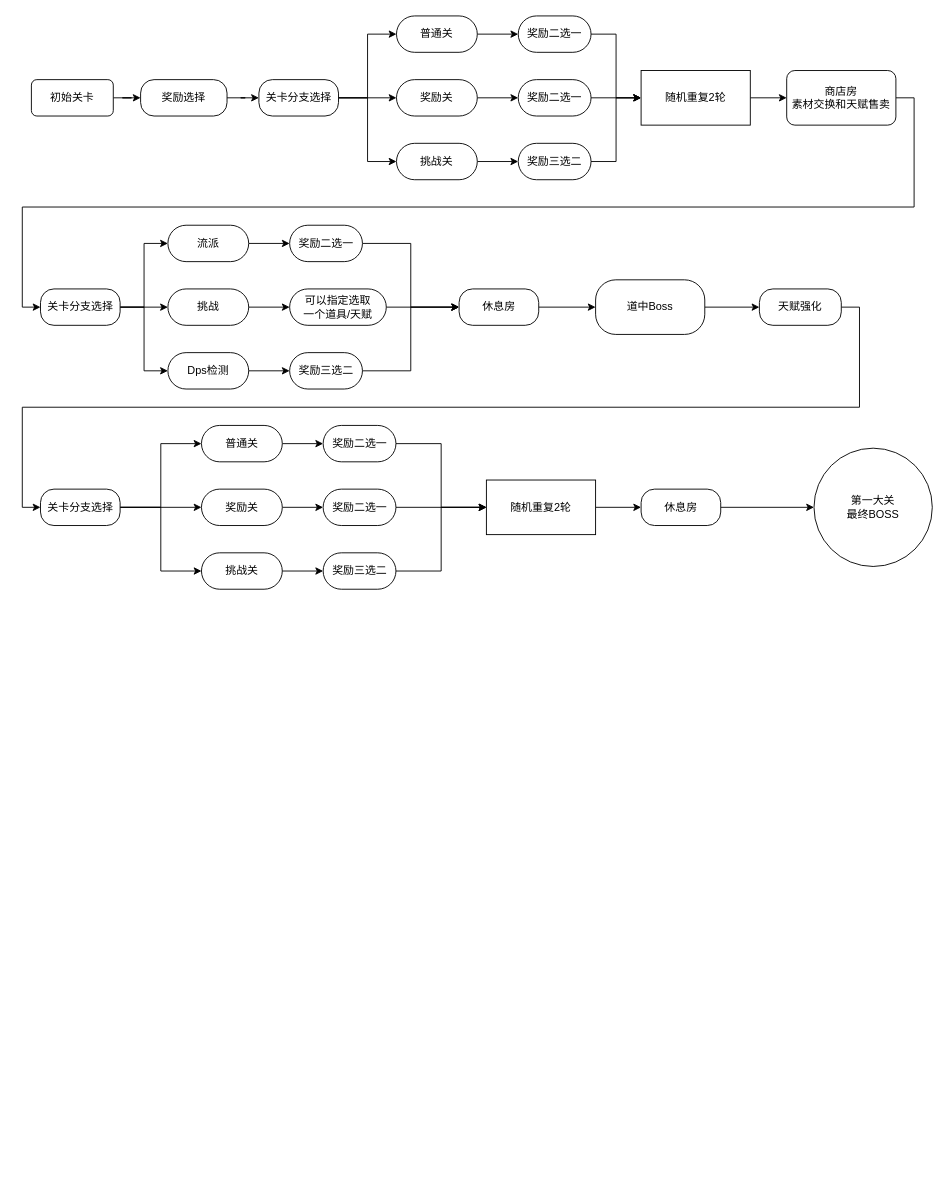
The draw.io diagram save/未命名绘图.drawio in silldov/MindPic, before the edit. Source tidied: cells renumbered, new cells numbered last; positions are measured from the earlier drawing's top-left corner, leaving out a move shared by most shapes. Both pictures are drawn from the tidied source at 91%, with x=0, y=0 at pixel (31, 15).
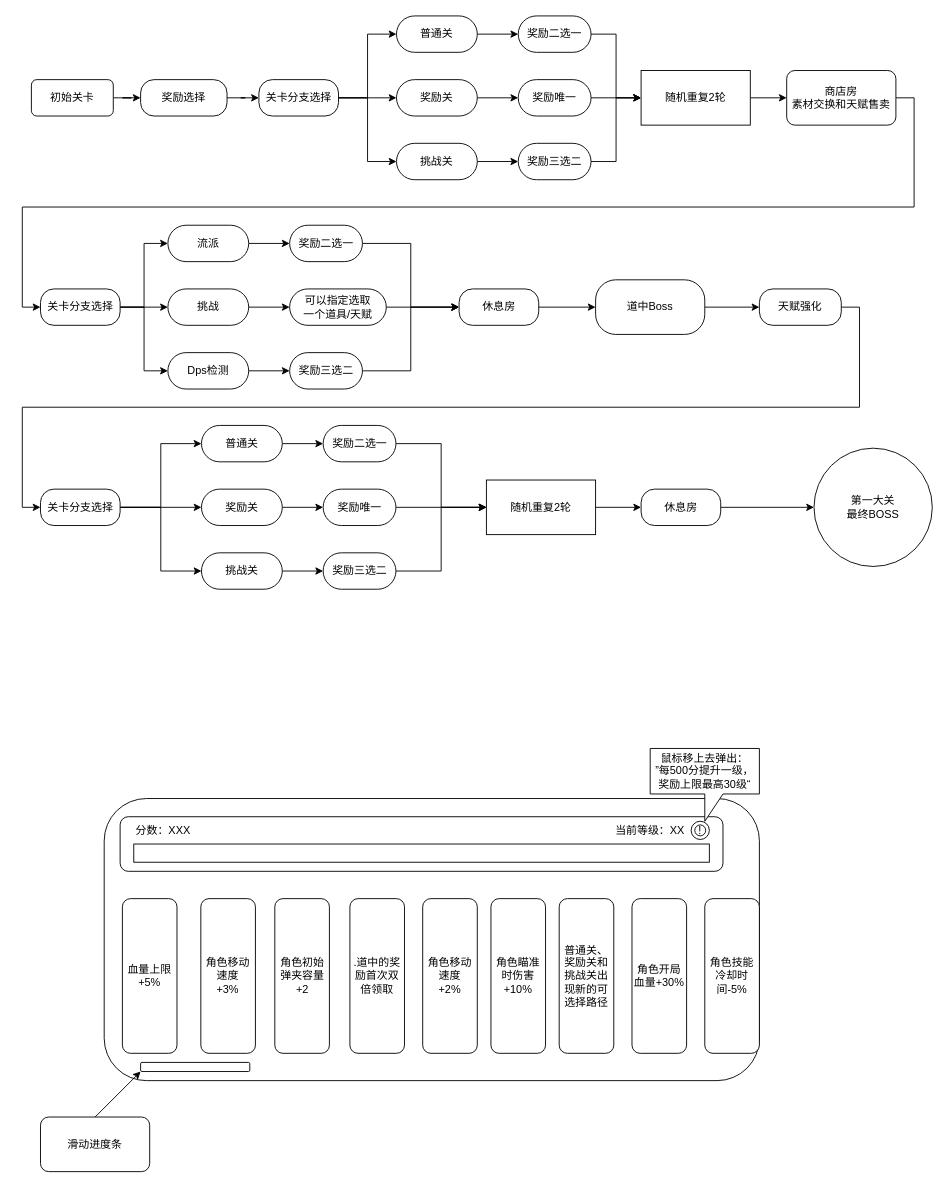
Above is the later version.

Commit message:
更新未命名绘图.drawio

Diff of the diagram source:
```diff
@@
+    <mxCell id="69" style="rounded=1;whiteSpace=wrap;html=1;" parent="1" vertex="1">
+      <mxGeometry x="80" y="860" width="720" height="310" as="geometry" />
+    </mxCell>
@@
-    <mxCell id="19" value="奖励二选一" style="rounded=1;whiteSpace=wrap;html=1;arcSize=50;" parent="1" vertex="1">
+    <mxCell id="19" value="奖励唯一" style="rounded=1;whiteSpace=wrap;html=1;arcSize=50;" parent="1" vertex="1">
       <mxGeometry x="535" y="70" width="80" height="40" as="geometry" />
     </mxCell>
@@
-    <mxCell id="59" value="奖励二选一" style="rounded=1;whiteSpace=wrap;html=1;arcSize=50;" parent="1" vertex="1">
+    <mxCell id="59" value="奖励唯一" style="rounded=1;whiteSpace=wrap;html=1;arcSize=50;" parent="1" vertex="1">
       <mxGeometry x="320.6" y="520" width="80" height="40" as="geometry" />
     </mxCell>
@@
+    <mxCell id="70" value="血量上限+5%" style="rounded=1;whiteSpace=wrap;html=1;" parent="1" vertex="1">
+      <mxGeometry x="100" y="970" width="60" height="170" as="geometry" />
+    </mxCell>
+    <mxCell id="71" value="角色移动速度&lt;div&gt;+3%&lt;/div&gt;" style="rounded=1;whiteSpace=wrap;html=1;" parent="1" vertex="1">
+      <mxGeometry x="186.2" y="970" width="60" height="170" as="geometry" />
+    </mxCell>
+    <mxCell id="72" value="角色初始弹夹容量+2" style="rounded=1;whiteSpace=wrap;html=1;" parent="1" vertex="1">
+      <mxGeometry x="267.5" y="970" width="60" height="170" as="geometry" />
+    </mxCell>
+    <mxCell id="73" value="&lt;div&gt;&lt;div class=&quot;old-record-id-T4IKdqkpSoU7dExdIfTccxqnnae&quot;&gt;.道中的奖励首次双倍领取&lt;/div&gt;&lt;/div&gt;&lt;span data-lark-record-data=&quot;{&amp;quot;rootId&amp;quot;:&amp;quot;R7V1dz7Pko43m4xr3m0carOxnIf&amp;quot;,&amp;quot;text&amp;quot;:{&amp;quot;initialAttributedTexts&amp;quot;:{&amp;quot;text&amp;quot;:{&amp;quot;0&amp;quot;:&amp;quot;.道中的奖励首次双倍领取&amp;quot;},&amp;quot;attribs&amp;quot;:{&amp;quot;0&amp;quot;:&amp;quot;*0+c&amp;quot;}},&amp;quot;apool&amp;quot;:{&amp;quot;numToAttrib&amp;quot;:{&amp;quot;0&amp;quot;:[&amp;quot;author&amp;quot;,&amp;quot;7568461829773623299&amp;quot;]},&amp;quot;nextNum&amp;quot;:1}},&amp;quot;type&amp;quot;:&amp;quot;text&amp;quot;,&amp;quot;referenceRecordMap&amp;quot;:{},&amp;quot;extra&amp;quot;:{&amp;quot;channel&amp;quot;:&amp;quot;saas&amp;quot;,&amp;quot;isEqualBlockSelection&amp;quot;:false,&amp;quot;pasteRandomId&amp;quot;:&amp;quot;66143eb3-d4e4-49b1-91be-c679b382562a&amp;quot;,&amp;quot;mention_page_title&amp;quot;:{},&amp;quot;external_mention_url&amp;quot;:{}},&amp;quot;isKeepQuoteContainer&amp;quot;:false,&amp;quot;isFromCode&amp;quot;:false,&amp;quot;selection&amp;quot;:[{&amp;quot;id&amp;quot;:35,&amp;quot;type&amp;quot;:&amp;quot;text&amp;quot;,&amp;quot;selection&amp;quot;:{&amp;quot;start&amp;quot;:6,&amp;quot;end&amp;quot;:18},&amp;quot;recordId&amp;quot;:&amp;quot;T4IKdqkpSoU7dExdIfTccxqnnae&amp;quot;}],&amp;quot;payloadMap&amp;quot;:{},&amp;quot;isCut&amp;quot;:false}&quot; class=&quot;lark-record-clipboard&quot;&gt;&lt;/span&gt;" style="rounded=1;whiteSpace=wrap;html=1;" parent="1" vertex="1">
+      <mxGeometry x="350" y="970" width="60" height="170" as="geometry" />
+    </mxCell>
+    <mxCell id="74" style="rounded=1;whiteSpace=wrap;html=1;" parent="1" vertex="1">
+      <mxGeometry x="97.5" y="880" width="662.5" height="60" as="geometry" />
+    </mxCell>
+    <mxCell id="75" style="rounded=0;whiteSpace=wrap;html=1;" parent="1" vertex="1">
+      <mxGeometry x="112.5" y="910" width="632.5" height="20" as="geometry" />
+    </mxCell>
+    <mxCell id="76" value="分数：XXX" style="text;html=1;whiteSpace=wrap;strokeColor=none;fillColor=none;align=left;verticalAlign=middle;rounded=0;" parent="1" vertex="1">
+      <mxGeometry x="112.5" y="880" width="370" height="30" as="geometry" />
+    </mxCell>
+    <mxCell id="77" value="!" style="ellipse;shape=doubleEllipse;whiteSpace=wrap;html=1;" parent="1" vertex="1">
+      <mxGeometry x="725" y="885" width="20" height="20" as="geometry" />
+    </mxCell>
+    <mxCell id="78" value="鼠标移上去弹出：&lt;div&gt;”&lt;span style=&quot;background-color: transparent; color: light-dark(rgb(0, 0, 0), rgb(255, 255, 255));&quot;&gt;每500分提升一级，奖励上限最高30级“&lt;/span&gt;&lt;/div&gt;" style="shape=callout;whiteSpace=wrap;html=1;perimeter=calloutPerimeter;" parent="1" vertex="1">
+      <mxGeometry x="680" y="805" width="120" height="80" as="geometry" />
+    </mxCell>
+    <mxCell id="79" value="当前等级：XX" style="text;html=1;whiteSpace=wrap;strokeColor=none;fillColor=none;align=center;verticalAlign=middle;rounded=0;" parent="1" vertex="1">
+      <mxGeometry x="640" y="880" width="80" height="30" as="geometry" />
+    </mxCell>
+    <mxCell id="80" value="&lt;div&gt;&lt;div class=&quot;old-record-id-T4IKdqkpSoU7dExdIfTccxqnnae&quot;&gt;角色瞄准时伤害+10%&lt;/div&gt;&lt;/div&gt;&lt;span data-lark-record-data=&quot;{&amp;quot;rootId&amp;quot;:&amp;quot;R7V1dz7Pko43m4xr3m0carOxnIf&amp;quot;,&amp;quot;text&amp;quot;:{&amp;quot;initialAttributedTexts&amp;quot;:{&amp;quot;text&amp;quot;:{&amp;quot;0&amp;quot;:&amp;quot;.道中的奖励首次双倍领取&amp;quot;},&amp;quot;attribs&amp;quot;:{&amp;quot;0&amp;quot;:&amp;quot;*0+c&amp;quot;}},&amp;quot;apool&amp;quot;:{&amp;quot;numToAttrib&amp;quot;:{&amp;quot;0&amp;quot;:[&amp;quot;author&amp;quot;,&amp;quot;7568461829773623299&amp;quot;]},&amp;quot;nextNum&amp;quot;:1}},&amp;quot;type&amp;quot;:&amp;quot;text&amp;quot;,&amp;quot;referenceRecordMap&amp;quot;:{},&amp;quot;extra&amp;quot;:{&amp;quot;channel&amp;quot;:&amp;quot;saas&amp;quot;,&amp;quot;isEqualBlockSelection&amp;quot;:false,&amp;quot;pasteRandomId&amp;quot;:&amp;quot;66143eb3-d4e4-49b1-91be-c679b382562a&amp;quot;,&amp;quot;mention_page_title&amp;quot;:{},&amp;quot;external_mention_url&amp;quot;:{}},&amp;quot;isKeepQuoteContainer&amp;quot;:false,&amp;quot;isFromCode&amp;quot;:false,&amp;quot;selection&amp;quot;:[{&amp;quot;id&amp;quot;:35,&amp;quot;type&amp;quot;:&amp;quot;text&amp;quot;,&amp;quot;selection&amp;quot;:{&amp;quot;start&amp;quot;:6,&amp;quot;end&amp;quot;:18},&amp;quot;recordId&amp;quot;:&amp;quot;T4IKdqkpSoU7dExdIfTccxqnnae&amp;quot;}],&amp;quot;payloadMap&amp;quot;:{},&amp;quot;isCut&amp;quot;:false}&quot; class=&quot;lark-record-clipboard&quot;&gt;&lt;/span&gt;" style="rounded=1;whiteSpace=wrap;html=1;" parent="1" vertex="1">
+      <mxGeometry x="505" y="970" width="60" height="170" as="geometry" />
+    </mxCell>
+    <mxCell id="81" value="&lt;div&gt;&lt;div class=&quot;old-record-id-T4IKdqkpSoU7dExdIfTccxqnnae&quot;&gt;角色移动速度&lt;div&gt;+2%&lt;/div&gt;&lt;/div&gt;&lt;/div&gt;&lt;span data-lark-record-data=&quot;{&amp;quot;rootId&amp;quot;:&amp;quot;R7V1dz7Pko43m4xr3m0carOxnIf&amp;quot;,&amp;quot;text&amp;quot;:{&amp;quot;initialAttributedTexts&amp;quot;:{&amp;quot;text&amp;quot;:{&amp;quot;0&amp;quot;:&amp;quot;.道中的奖励首次双倍领取&amp;quot;},&amp;quot;attribs&amp;quot;:{&amp;quot;0&amp;quot;:&amp;quot;*0+c&amp;quot;}},&amp;quot;apool&amp;quot;:{&amp;quot;numToAttrib&amp;quot;:{&amp;quot;0&amp;quot;:[&amp;quot;author&amp;quot;,&amp;quot;7568461829773623299&amp;quot;]},&amp;quot;nextNum&amp;quot;:1}},&amp;quot;type&amp;quot;:&amp;quot;text&amp;quot;,&amp;quot;referenceRecordMap&amp;quot;:{},&amp;quot;extra&amp;quot;:{&amp;quot;channel&amp;quot;:&amp;quot;saas&amp;quot;,&amp;quot;isEqualBlockSelection&amp;quot;:false,&amp;quot;pasteRandomId&amp;quot;:&amp;quot;66143eb3-d4e4-49b1-91be-c679b382562a&amp;quot;,&amp;quot;mention_page_title&amp;quot;:{},&amp;quot;external_mention_url&amp;quot;:{}},&amp;quot;isKeepQuoteContainer&amp;quot;:false,&amp;quot;isFromCode&amp;quot;:false,&amp;quot;selection&amp;quot;:[{&amp;quot;id&amp;quot;:35,&amp;quot;type&amp;quot;:&amp;quot;text&amp;quot;,&amp;quot;selection&amp;quot;:{&amp;quot;start&amp;quot;:6,&amp;quot;end&amp;quot;:18},&amp;quot;recordId&amp;quot;:&amp;quot;T4IKdqkpSoU7dExdIfTccxqnnae&amp;quot;}],&amp;quot;payloadMap&amp;quot;:{},&amp;quot;isCut&amp;quot;:false}&quot; class=&quot;lark-record-clipboard&quot;&gt;&lt;/span&gt;" style="rounded=1;whiteSpace=wrap;html=1;" parent="1" vertex="1">
+      <mxGeometry x="430" y="970" width="60" height="170" as="geometry" />
+    </mxCell>
+    <mxCell id="82" value="&lt;div&gt;&lt;div class=&quot;old-record-id-T4IKdqkpSoU7dExdIfTccxqnnae&quot;&gt;普通关、奖励关和挑战关出现新的可选择路径&lt;/div&gt;&lt;/div&gt;&lt;span data-lark-record-data=&quot;{&amp;quot;rootId&amp;quot;:&amp;quot;R7V1dz7Pko43m4xr3m0carOxnIf&amp;quot;,&amp;quot;text&amp;quot;:{&amp;quot;initialAttributedTexts&amp;quot;:{&amp;quot;text&amp;quot;:{&amp;quot;0&amp;quot;:&amp;quot;.道中的奖励首次双倍领取&amp;quot;},&amp;quot;attribs&amp;quot;:{&amp;quot;0&amp;quot;:&amp;quot;*0+c&amp;quot;}},&amp;quot;apool&amp;quot;:{&amp;quot;numToAttrib&amp;quot;:{&amp;quot;0&amp;quot;:[&amp;quot;author&amp;quot;,&amp;quot;7568461829773623299&amp;quot;]},&amp;quot;nextNum&amp;quot;:1}},&amp;quot;type&amp;quot;:&amp;quot;text&amp;quot;,&amp;quot;referenceRecordMap&amp;quot;:{},&amp;quot;extra&amp;quot;:{&amp;quot;channel&amp;quot;:&amp;quot;saas&amp;quot;,&amp;quot;isEqualBlockSelection&amp;quot;:false,&amp;quot;pasteRandomId&amp;quot;:&amp;quot;66143eb3-d4e4-49b1-91be-c679b382562a&amp;quot;,&amp;quot;mention_page_title&amp;quot;:{},&amp;quot;external_mention_url&amp;quot;:{}},&amp;quot;isKeepQuoteContainer&amp;quot;:false,&amp;quot;isFromCode&amp;quot;:false,&amp;quot;selection&amp;quot;:[{&amp;quot;id&amp;quot;:35,&amp;quot;type&amp;quot;:&amp;quot;text&amp;quot;,&amp;quot;selection&amp;quot;:{&amp;quot;start&amp;quot;:6,&amp;quot;end&amp;quot;:18},&amp;quot;recordId&amp;quot;:&amp;quot;T4IKdqkpSoU7dExdIfTccxqnnae&amp;quot;}],&amp;quot;payloadMap&amp;quot;:{},&amp;quot;isCut&amp;quot;:false}&quot; class=&quot;lark-record-clipboard&quot;&gt;&lt;/span&gt;" style="rounded=1;whiteSpace=wrap;html=1;" parent="1" vertex="1">
+      <mxGeometry x="580" y="970" width="60" height="170" as="geometry" />
+    </mxCell>
+    <mxCell id="83" value="&lt;div&gt;&lt;div class=&quot;old-record-id-T4IKdqkpSoU7dExdIfTccxqnnae&quot;&gt;角色开局血量+30%&lt;/div&gt;&lt;/div&gt;&lt;span data-lark-record-data=&quot;{&amp;quot;rootId&amp;quot;:&amp;quot;R7V1dz7Pko43m4xr3m0carOxnIf&amp;quot;,&amp;quot;text&amp;quot;:{&amp;quot;initialAttributedTexts&amp;quot;:{&amp;quot;text&amp;quot;:{&amp;quot;0&amp;quot;:&amp;quot;.道中的奖励首次双倍领取&amp;quot;},&amp;quot;attribs&amp;quot;:{&amp;quot;0&amp;quot;:&amp;quot;*0+c&amp;quot;}},&amp;quot;apool&amp;quot;:{&amp;quot;numToAttrib&amp;quot;:{&amp;quot;0&amp;quot;:[&amp;quot;author&amp;quot;,&amp;quot;7568461829773623299&amp;quot;]},&amp;quot;nextNum&amp;quot;:1}},&amp;quot;type&amp;quot;:&amp;quot;text&amp;quot;,&amp;quot;referenceRecordMap&amp;quot;:{},&amp;quot;extra&amp;quot;:{&amp;quot;channel&amp;quot;:&amp;quot;saas&amp;quot;,&amp;quot;isEqualBlockSelection&amp;quot;:false,&amp;quot;pasteRandomId&amp;quot;:&amp;quot;66143eb3-d4e4-49b1-91be-c679b382562a&amp;quot;,&amp;quot;mention_page_title&amp;quot;:{},&amp;quot;external_mention_url&amp;quot;:{}},&amp;quot;isKeepQuoteContainer&amp;quot;:false,&amp;quot;isFromCode&amp;quot;:false,&amp;quot;selection&amp;quot;:[{&amp;quot;id&amp;quot;:35,&amp;quot;type&amp;quot;:&amp;quot;text&amp;quot;,&amp;quot;selection&amp;quot;:{&amp;quot;start&amp;quot;:6,&amp;quot;end&amp;quot;:18},&amp;quot;recordId&amp;quot;:&amp;quot;T4IKdqkpSoU7dExdIfTccxqnnae&amp;quot;}],&amp;quot;payloadMap&amp;quot;:{},&amp;quot;isCut&amp;quot;:false}&quot; class=&quot;lark-record-clipboard&quot;&gt;&lt;/span&gt;" style="rounded=1;whiteSpace=wrap;html=1;" parent="1" vertex="1">
+      <mxGeometry x="660" y="970" width="60" height="170" as="geometry" />
+    </mxCell>
+    <mxCell id="84" style="rounded=1;whiteSpace=wrap;html=1;" parent="1" vertex="1">
+      <mxGeometry x="120" y="1150" width="120" height="10" as="geometry" />
+    </mxCell>
+    <mxCell id="85" style="endArrow=classic;html=1;rounded=0;" parent="1" edge="1">
+      <mxGeometry relative="1" as="geometry">
+        <mxPoint x="70" y="1210" as="sourcePoint" />
+        <mxPoint x="120" y="1160" as="targetPoint" />
+      </mxGeometry>
+    </mxCell>
+    <mxCell id="86" value="滑动进度条" style="rounded=1;whiteSpace=wrap;html=1;" parent="1" vertex="1">
+      <mxGeometry x="10" y="1210" width="120" height="60" as="geometry" />
+    </mxCell>
+    <mxCell id="87" value="&lt;div&gt;&lt;div class=&quot;old-record-id-T4IKdqkpSoU7dExdIfTccxqnnae&quot;&gt;角色技能冷却时间-5%&lt;/div&gt;&lt;/div&gt;&lt;span data-lark-record-data=&quot;{&amp;quot;rootId&amp;quot;:&amp;quot;R7V1dz7Pko43m4xr3m0carOxnIf&amp;quot;,&amp;quot;text&amp;quot;:{&amp;quot;initialAttributedTexts&amp;quot;:{&amp;quot;text&amp;quot;:{&amp;quot;0&amp;quot;:&amp;quot;.道中的奖励首次双倍领取&amp;quot;},&amp;quot;attribs&amp;quot;:{&amp;quot;0&amp;quot;:&amp;quot;*0+c&amp;quot;}},&amp;quot;apool&amp;quot;:{&amp;quot;numToAttrib&amp;quot;:{&amp;quot;0&amp;quot;:[&amp;quot;author&amp;quot;,&amp;quot;7568461829773623299&amp;quot;]},&amp;quot;nextNum&amp;quot;:1}},&amp;quot;type&amp;quot;:&amp;quot;text&amp;quot;,&amp;quot;referenceRecordMap&amp;quot;:{},&amp;quot;extra&amp;quot;:{&amp;quot;channel&amp;quot;:&amp;quot;saas&amp;quot;,&amp;quot;isEqualBlockSelection&amp;quot;:false,&amp;quot;pasteRandomId&amp;quot;:&amp;quot;66143eb3-d4e4-49b1-91be-c679b382562a&amp;quot;,&amp;quot;mention_page_title&amp;quot;:{},&amp;quot;external_mention_url&amp;quot;:{}},&amp;quot;isKeepQuoteContainer&amp;quot;:false,&amp;quot;isFromCode&amp;quot;:false,&amp;quot;selection&amp;quot;:[{&amp;quot;id&amp;quot;:35,&amp;quot;type&amp;quot;:&amp;quot;text&amp;quot;,&amp;quot;selection&amp;quot;:{&amp;quot;start&amp;quot;:6,&amp;quot;end&amp;quot;:18},&amp;quot;recordId&amp;quot;:&amp;quot;T4IKdqkpSoU7dExdIfTccxqnnae&amp;quot;}],&amp;quot;payloadMap&amp;quot;:{},&amp;quot;isCut&amp;quot;:false}&quot; class=&quot;lark-record-clipboard&quot;&gt;&lt;/span&gt;" style="rounded=1;whiteSpace=wrap;html=1;" parent="1" vertex="1">
+      <mxGeometry x="740" y="970" width="60" height="170" as="geometry" />
+    </mxCell>
```
